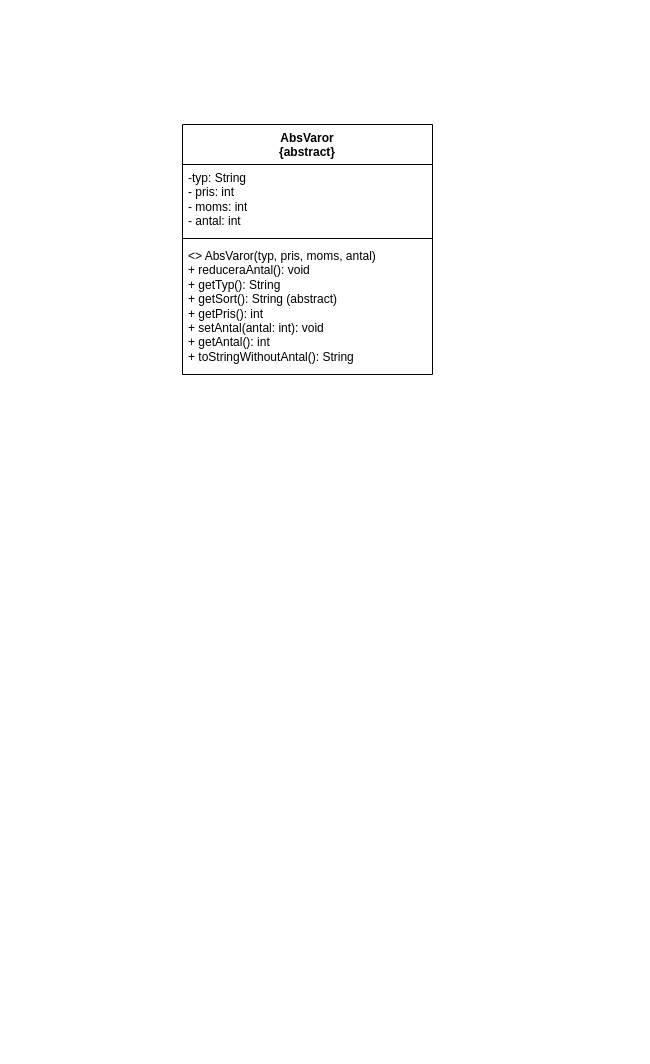
Above: uml.drawio in ErikKL06/JavaProjekt (draw.io), before the change. Source tidied: cells renumbered, new cells numbered last; positions are measured from the earlier drawing's top-left corner, leaving out a move shared by most shapes. Both pictures are drawn from the tidied source at 100%, with x=0, y=0 at pixel (182, 124).
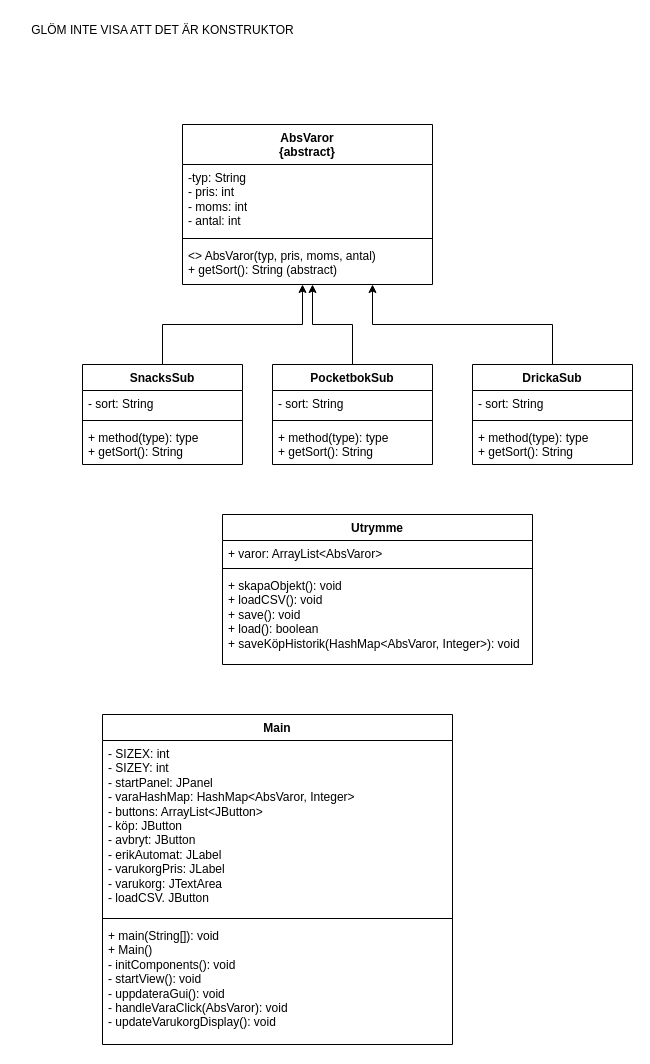
After the change.

Commit message:
fixat lite med uml

Diff of the diagram source:
```diff
@@
     <mxCell id="2" value="AbsVaror&lt;div&gt;{abstract}&lt;/div&gt;" style="swimlane;fontStyle=1;align=center;verticalAlign=top;horizontal=1;startSize=40;whiteSpace=wrap;html=1;" parent="1" vertex="1">
-      <mxGeometry width="250" height="250" as="geometry" />
+      <mxGeometry width="250" height="160" as="geometry" />
     </mxCell>
@@
-    <mxCell id="5" value="&amp;lt;&amp;gt; AbsVaror(typ, pris, moms, antal)&lt;br/&gt;+ reduceraAntal(): void&lt;br/&gt;+ getTyp(): String&lt;br/&gt;+ getSort(): String (abstract)&lt;br/&gt;+ getPris(): int&lt;br/&gt;+ setAntal(antal: int): void&lt;br/&gt;+ getAntal(): int&lt;br/&gt;+ toStringWithoutAntal(): String&amp;nbsp;&lt;div style=&quot;display:none&quot; id=&quot;SDCloudData&quot;&gt;&lt;/div&gt;" style="text;strokeColor=none;fillColor=none;align=left;verticalAlign=top;spacingLeft=4;spacingRight=4;overflow=hidden;points=[[0,0.5],[1,0.5]];portConstraint=eastwest;whiteSpace=wrap;html=1;" parent="2" vertex="1">
-      <mxGeometry y="118" width="250" height="132" as="geometry" />
+    <mxCell id="5" value="&amp;lt;&amp;gt; AbsVaror(typ, pris, moms, antal)&lt;br&gt;+ getSort(): String (abstract)&lt;br&gt;&lt;br&gt;&lt;div&gt;&lt;br&gt;&lt;/div&gt;&lt;div&gt;&amp;nbsp;&lt;div style=&quot;display:none&quot; id=&quot;SDCloudData&quot;&gt;&lt;/div&gt;&lt;/div&gt;" style="text;strokeColor=none;fillColor=none;align=left;verticalAlign=top;spacingLeft=4;spacingRight=4;overflow=hidden;points=[[0,0.5],[1,0.5]];portConstraint=eastwest;whiteSpace=wrap;html=1;" parent="2" vertex="1">
+      <mxGeometry y="118" width="250" height="42" as="geometry" />
     </mxCell>
+    <mxCell id="6" value="PocketbokSub" style="swimlane;fontStyle=1;align=center;verticalAlign=top;horizontal=1;startSize=26;whiteSpace=wrap;html=1;" parent="1" vertex="1">
+      <mxGeometry x="90" y="240" width="160" height="100" as="geometry" />
+    </mxCell>
+    <mxCell id="7" value="- sort: String" style="text;strokeColor=none;fillColor=none;align=left;verticalAlign=top;spacingLeft=4;spacingRight=4;overflow=hidden;whiteSpace=wrap;html=1;" parent="6" vertex="1">
+      <mxGeometry y="26" width="160" height="26" as="geometry" />
+    </mxCell>
+    <mxCell id="8" style="line;strokeWidth=1;fillColor=none;align=left;verticalAlign=middle;spacingTop=-1;spacingLeft=3;spacingRight=3;labelPosition=right;strokeColor=inherit;" parent="6" vertex="1">
+      <mxGeometry y="52" width="160" height="8" as="geometry" />
+    </mxCell>
+    <mxCell id="9" value="+ method(type): type&lt;div&gt;+ getSort(): String&amp;nbsp;&lt;/div&gt;" style="text;strokeColor=none;fillColor=none;align=left;verticalAlign=top;spacingLeft=4;spacingRight=4;overflow=hidden;whiteSpace=wrap;html=1;" parent="6" vertex="1">
+      <mxGeometry y="60" width="160" height="40" as="geometry" />
+    </mxCell>
+    <mxCell id="10" value="SnacksSub" style="swimlane;fontStyle=1;align=center;verticalAlign=top;horizontal=1;startSize=26;whiteSpace=wrap;html=1;" parent="1" vertex="1">
+      <mxGeometry x="-100" y="240" width="160" height="100" as="geometry" />
+    </mxCell>
+    <mxCell id="11" value="- sort: String" style="text;strokeColor=none;fillColor=none;align=left;verticalAlign=top;spacingLeft=4;spacingRight=4;overflow=hidden;whiteSpace=wrap;html=1;" parent="10" vertex="1">
+      <mxGeometry y="26" width="160" height="26" as="geometry" />
+    </mxCell>
+    <mxCell id="12" style="line;strokeWidth=1;fillColor=none;align=left;verticalAlign=middle;spacingTop=-1;spacingLeft=3;spacingRight=3;labelPosition=right;strokeColor=inherit;" parent="10" vertex="1">
+      <mxGeometry y="52" width="160" height="8" as="geometry" />
+    </mxCell>
+    <mxCell id="13" value="+ method(type): type&lt;div&gt;+ getSort(): String&amp;nbsp;&lt;/div&gt;" style="text;strokeColor=none;fillColor=none;align=left;verticalAlign=top;spacingLeft=4;spacingRight=4;overflow=hidden;whiteSpace=wrap;html=1;" parent="10" vertex="1">
+      <mxGeometry y="60" width="160" height="40" as="geometry" />
+    </mxCell>
+    <mxCell id="14" value="DrickaSub" style="swimlane;fontStyle=1;align=center;verticalAlign=top;horizontal=1;startSize=26;whiteSpace=wrap;html=1;" parent="1" vertex="1">
+      <mxGeometry x="290" y="240" width="160" height="100" as="geometry" />
+    </mxCell>
+    <mxCell id="15" value="- sort: String" style="text;strokeColor=none;fillColor=none;align=left;verticalAlign=top;spacingLeft=4;spacingRight=4;overflow=hidden;whiteSpace=wrap;html=1;" parent="14" vertex="1">
+      <mxGeometry y="26" width="160" height="26" as="geometry" />
+    </mxCell>
+    <mxCell id="16" style="line;strokeWidth=1;fillColor=none;align=left;verticalAlign=middle;spacingTop=-1;spacingLeft=3;spacingRight=3;labelPosition=right;strokeColor=inherit;" parent="14" vertex="1">
+      <mxGeometry y="52" width="160" height="8" as="geometry" />
+    </mxCell>
+    <mxCell id="17" value="+ method(type): type&lt;div&gt;+ getSort(): String&amp;nbsp;&lt;/div&gt;" style="text;strokeColor=none;fillColor=none;align=left;verticalAlign=top;spacingLeft=4;spacingRight=4;overflow=hidden;whiteSpace=wrap;html=1;" parent="14" vertex="1">
+      <mxGeometry y="60" width="160" height="40" as="geometry" />
+    </mxCell>
+    <mxCell id="18" style="edgeStyle=orthogonalEdgeStyle;rounded=0;jettySize=auto;html=1;entryX=0.48;entryY=1;entryDx=0;entryDy=0;entryPerimeter=0;" parent="1" edge="1" source="10" target="5">
+      <mxGeometry relative="1" as="geometry" />
+    </mxCell>
+    <mxCell id="19" style="edgeStyle=orthogonalEdgeStyle;rounded=0;jettySize=auto;html=1;entryX=0.52;entryY=1;entryDx=0;entryDy=0;entryPerimeter=0;" parent="1" edge="1" source="6" target="5">
+      <mxGeometry relative="1" as="geometry" />
+    </mxCell>
+    <mxCell id="20" style="edgeStyle=orthogonalEdgeStyle;rounded=0;jettySize=auto;html=1;entryX=0.76;entryY=1;entryDx=0;entryDy=0;entryPerimeter=0;" parent="1" edge="1" source="14" target="5">
+      <mxGeometry relative="1" as="geometry" />
+    </mxCell>
+    <mxCell id="21" value="Utrymme" style="swimlane;fontStyle=1;align=center;verticalAlign=top;horizontal=1;startSize=26;whiteSpace=wrap;html=1;" parent="1" vertex="1">
+      <mxGeometry x="40" y="390" width="310" height="150" as="geometry" />
+    </mxCell>
+    <mxCell id="22" value="+ varor: ArrayList&amp;lt;AbsVaror&amp;gt;" style="text;strokeColor=none;fillColor=none;align=left;verticalAlign=top;spacingLeft=4;spacingRight=4;overflow=hidden;whiteSpace=wrap;html=1;" parent="21" vertex="1">
+      <mxGeometry y="26" width="310" height="24" as="geometry" />
+    </mxCell>
+    <mxCell id="23" style="line;strokeWidth=1;fillColor=none;align=left;verticalAlign=middle;spacingTop=-1;spacingLeft=3;spacingRight=3;labelPosition=right;strokeColor=inherit;" parent="21" vertex="1">
+      <mxGeometry y="50" width="310" height="8" as="geometry" />
+    </mxCell>
+    <mxCell id="24" value="+ skapaObjekt(): void&lt;div&gt;+ loadCSV(): void&lt;/div&gt;&lt;div&gt;+ save(): void&lt;/div&gt;&lt;div&gt;+ load(): boolean&lt;/div&gt;&lt;div&gt;+ saveKöpHistorik(HashMap&amp;lt;AbsVaror, Integer&amp;gt;): void&lt;/div&gt;" style="text;strokeColor=none;fillColor=none;align=left;verticalAlign=top;spacingLeft=4;spacingRight=4;overflow=hidden;whiteSpace=wrap;html=1;" parent="21" vertex="1">
+      <mxGeometry y="58" width="310" height="92" as="geometry" />
+    </mxCell>
+    <mxCell id="25" value="Main" style="swimlane;fontStyle=1;align=center;verticalAlign=top;horizontal=1;startSize=26;whiteSpace=wrap;html=1;" parent="1" vertex="1">
+      <mxGeometry x="-80" y="590" width="350" height="330" as="geometry" />
+    </mxCell>
+    <mxCell id="26" value="&lt;div&gt;&lt;span style=&quot;background-color: light-dark(#ffffff, var(--ge-dark-color, #121212));&quot;&gt;- SIZEX: int&lt;/span&gt;&lt;div&gt;&lt;span style=&quot;background-color: light-dark(#ffffff, var(--ge-dark-color, #121212));&quot;&gt;- SIZEY: int&lt;/span&gt;&lt;/div&gt;&lt;div&gt;&lt;span style=&quot;background-color: light-dark(#ffffff, var(--ge-dark-color, #121212));&quot;&gt;- startPanel: JPanel&lt;/span&gt;&lt;/div&gt;&lt;div&gt;&lt;span style=&quot;background-color: light-dark(#ffffff, var(--ge-dark-color, #121212));&quot;&gt;- varaHashMap: HashMap&amp;lt;AbsVaror, Integer&amp;gt;&lt;/span&gt;&lt;/div&gt;&lt;div&gt;&lt;span style=&quot;background-color: light-dark(#ffffff, var(--ge-dark-color, #121212));&quot;&gt;- buttons: ArrayList&amp;lt;JButton&amp;gt;&lt;/span&gt;&lt;/div&gt;&lt;div&gt;&lt;span style=&quot;background-color: light-dark(#ffffff, var(--ge-dark-color, #121212));&quot;&gt;- köp: JButton&lt;/span&gt;&lt;/div&gt;&lt;div&gt;&lt;span style=&quot;background-color: light-dark(#ffffff, var(--ge-dark-color, #121212));&quot;&gt;- avbryt: JButton&lt;/span&gt;&lt;/div&gt;&lt;div&gt;&lt;span style=&quot;background-color: light-dark(#ffffff, var(--ge-dark-color, #121212));&quot;&gt;- erikAutomat: JLabel&lt;/span&gt;&lt;/div&gt;&lt;div&gt;&lt;span style=&quot;background-color: light-dark(#ffffff, var(--ge-dark-color, #121212));&quot;&gt;- varukorgPris: JLabel&lt;/span&gt;&lt;/div&gt;&lt;div&gt;&lt;span style=&quot;background-color: light-dark(#ffffff, var(--ge-dark-color, #121212));&quot;&gt;- varukorg: JTextArea&lt;/span&gt;&lt;/div&gt;&lt;div&gt;&lt;span style=&quot;background-color: light-dark(#ffffff, var(--ge-dark-color, #121212));&quot;&gt;- loadCSV. JButton&lt;/span&gt;&lt;/div&gt;&lt;/div&gt;" style="text;strokeColor=none;fillColor=none;align=left;verticalAlign=top;spacingLeft=4;spacingRight=4;overflow=hidden;whiteSpace=wrap;html=1;" parent="25" vertex="1">
+      <mxGeometry y="26" width="350" height="174" as="geometry" />
+    </mxCell>
+    <mxCell id="27" style="line;strokeWidth=1;fillColor=none;align=left;verticalAlign=middle;spacingTop=-1;spacingLeft=3;spacingRight=3;labelPosition=right;strokeColor=inherit;" parent="25" vertex="1">
+      <mxGeometry y="200" width="350" height="8" as="geometry" />
+    </mxCell>
+    <mxCell id="28" value="+ main(String[]): void&lt;div&gt;+ Main()&lt;/div&gt;&lt;div&gt;- initComponents(): void&lt;/div&gt;&lt;div&gt;- startView(): void&lt;/div&gt;&lt;div&gt;- uppdateraGui(): void&lt;/div&gt;&lt;div&gt;- handleVaraClick(AbsVaror): void&lt;/div&gt;&lt;div&gt;- updateVarukorgDisplay(): void&lt;/div&gt;" style="text;strokeColor=none;fillColor=none;align=left;verticalAlign=top;spacingLeft=4;spacingRight=4;overflow=hidden;whiteSpace=wrap;html=1;" parent="25" vertex="1">
+      <mxGeometry y="208" width="350" height="122" as="geometry" />
+    </mxCell>
+    <mxCell id="29" value="GLÖM INTE VISA ATT DET ÄR KONSTRUKTOR&lt;div&gt;&lt;br&gt;&lt;/div&gt;" style="text;html=1;align=center;verticalAlign=middle;strokeColor=none;fillColor=none;" parent="1" vertex="1">
+      <mxGeometry x="-165" y="-107" width="290" height="40" as="geometry" />
+    </mxCell>
```
